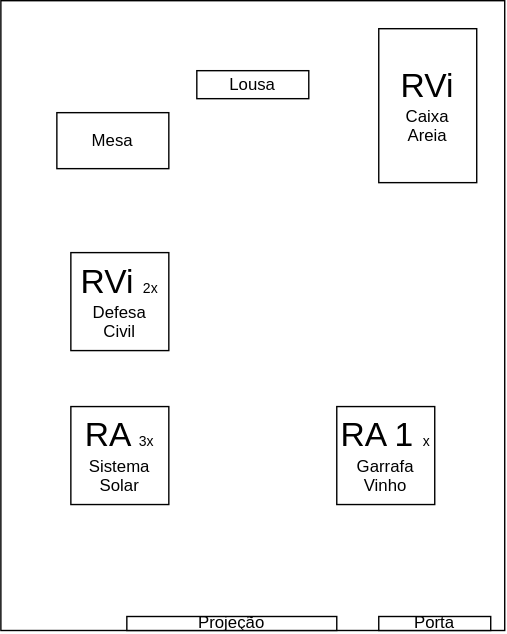
The draw.io diagram _._/interacao/_/estacoes.drawio.svg in dalton-reis/dalton-reis, before a commit. Source tidied: cells renumbered, new cells last; positions are measured from the earlier drawing's top-left corner, leaving out a move shared by most shapes. Its diagram source:
```xml
<mxGraphModel>
  <root>
    <mxCell id="0" />
    <mxCell id="1" parent="0" />
    <mxCell id="2" style="rounded=0;whiteSpace=wrap;html=1;" parent="1" vertex="1">
      <mxGeometry width="360" height="450" as="geometry" />
    </mxCell>
    <mxCell id="3" value="Porta" style="rounded=0;whiteSpace=wrap;html=1;" parent="1" vertex="1">
      <mxGeometry x="270" y="440" width="80" height="10" as="geometry" />
    </mxCell>
    <mxCell id="4" value="&lt;font style=&quot;font-size: 24px;&quot;&gt;RVi&lt;/font&gt;&lt;br&gt;Caixa&lt;br&gt;Areia" style="rounded=0;whiteSpace=wrap;html=1;" parent="1" vertex="1">
      <mxGeometry x="270" y="20" width="70" height="110" as="geometry" />
    </mxCell>
    <mxCell id="5" value="&lt;font style=&quot;font-size: 24px;&quot;&gt;RVi &lt;/font&gt;&lt;font style=&quot;font-size: 10px;&quot;&gt;2x&lt;/font&gt;&lt;br&gt;Defesa&lt;br&gt;Civil" style="rounded=0;whiteSpace=wrap;html=1;" parent="1" vertex="1">
      <mxGeometry x="50" y="180" width="70" height="70" as="geometry" />
    </mxCell>
    <mxCell id="6" value="&lt;font style=&quot;font-size: 24px;&quot;&gt;RA&lt;/font&gt;&lt;font style=&quot;border-color: var(--border-color); font-size: 24px;&quot;&gt;&amp;nbsp;&lt;/font&gt;&lt;font style=&quot;border-color: var(--border-color); font-size: 10px;&quot;&gt;3x&lt;/font&gt;&lt;br&gt;Sistema&lt;br&gt;Solar" style="rounded=0;whiteSpace=wrap;html=1;" parent="1" vertex="1">
      <mxGeometry x="50" y="290" width="70" height="70" as="geometry" />
    </mxCell>
    <mxCell id="7" value="Mesa" style="rounded=0;whiteSpace=wrap;html=1;" parent="1" vertex="1">
      <mxGeometry x="40" y="80" width="80" height="40" as="geometry" />
    </mxCell>
    <mxCell id="8" value="Lousa" style="rounded=0;whiteSpace=wrap;html=1;" parent="1" vertex="1">
      <mxGeometry x="140" y="50" width="80" height="20" as="geometry" />
    </mxCell>
    <mxCell id="9" value="&lt;font style=&quot;font-size: 24px;&quot;&gt;RA&lt;/font&gt;&lt;font style=&quot;border-color: var(--border-color); font-size: 24px;&quot;&gt;&amp;nbsp;1&lt;/font&gt;&lt;font style=&quot;border-color: var(--border-color); font-size: 10px;&quot;&gt;x&lt;/font&gt;&lt;br&gt;Garrafa&lt;br&gt;Vinho" style="rounded=0;whiteSpace=wrap;html=1;" parent="1" vertex="1">
      <mxGeometry x="240" y="290" width="70" height="70" as="geometry" />
    </mxCell>
    <mxCell id="10" value="Projeção" style="rounded=0;whiteSpace=wrap;html=1;" parent="1" vertex="1">
      <mxGeometry x="90" y="440" width="150" height="10" as="geometry" />
    </mxCell>
  </root>
</mxGraphModel>
```
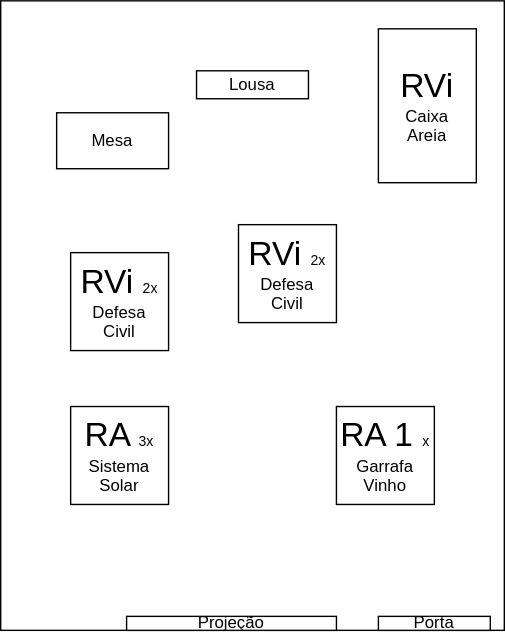
The same file after the commit.

Change to the diagram source:
```diff
@@ -29,5 +29,8 @@
     <mxCell id="10" value="Projeção" style="rounded=0;whiteSpace=wrap;html=1;" parent="1" vertex="1">
       <mxGeometry x="90" y="440" width="150" height="10" as="geometry" />
     </mxCell>
+    <mxCell id="11" value="&lt;font style=&quot;font-size: 24px;&quot;&gt;RVi &lt;/font&gt;&lt;font style=&quot;font-size: 10px;&quot;&gt;2x&lt;/font&gt;&lt;br&gt;Defesa&lt;br&gt;Civil" style="rounded=0;whiteSpace=wrap;html=1;" parent="1" vertex="1">
+      <mxGeometry x="170" y="160" width="70" height="70" as="geometry" />
+    </mxCell>
   </root>
 </mxGraphModel>
```
